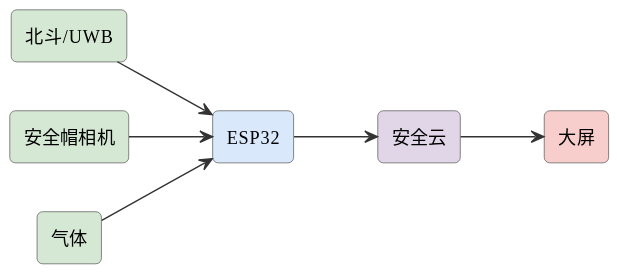
Above: assets/diagrams/ideas-fig79.svg in mingyi0818/IntelligentMcuCourse (PlantUML), before the change.
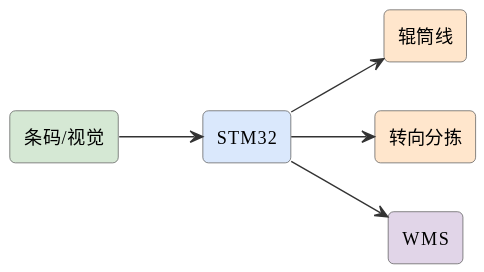
Above is the later version.

What changed in the source:
```diff
@@ -6,15 +6,13 @@
 skinparam arrowFontSize 11
 skinparam arrowColor #333
 left to right direction
-rectangle "北斗/UWB" as pos #d5e8d4
-rectangle "安全帽相机" as cam #d5e8d4
-rectangle "ESP32" as esp #dae8fc
-rectangle "气体" as gas #d5e8d4
-rectangle "安全云" as cloud #e1d5e8
-rectangle "大屏" as scr #f8cecc
-pos --> esp
-cam --> esp
-gas --> esp
-esp --> cloud
-cloud --> scr
+rectangle "条码/视觉" as cam #d5e8d4
+rectangle "STM32" as stm #dae8fc
+rectangle "辊筒线" as conv #ffe6cc
+rectangle "转向分拣" as sort #ffe6cc
+rectangle "WMS" as wms #e1d5e8
+cam --> stm
+stm --> conv
+stm --> sort
+stm --> wms
 @enduml
```
